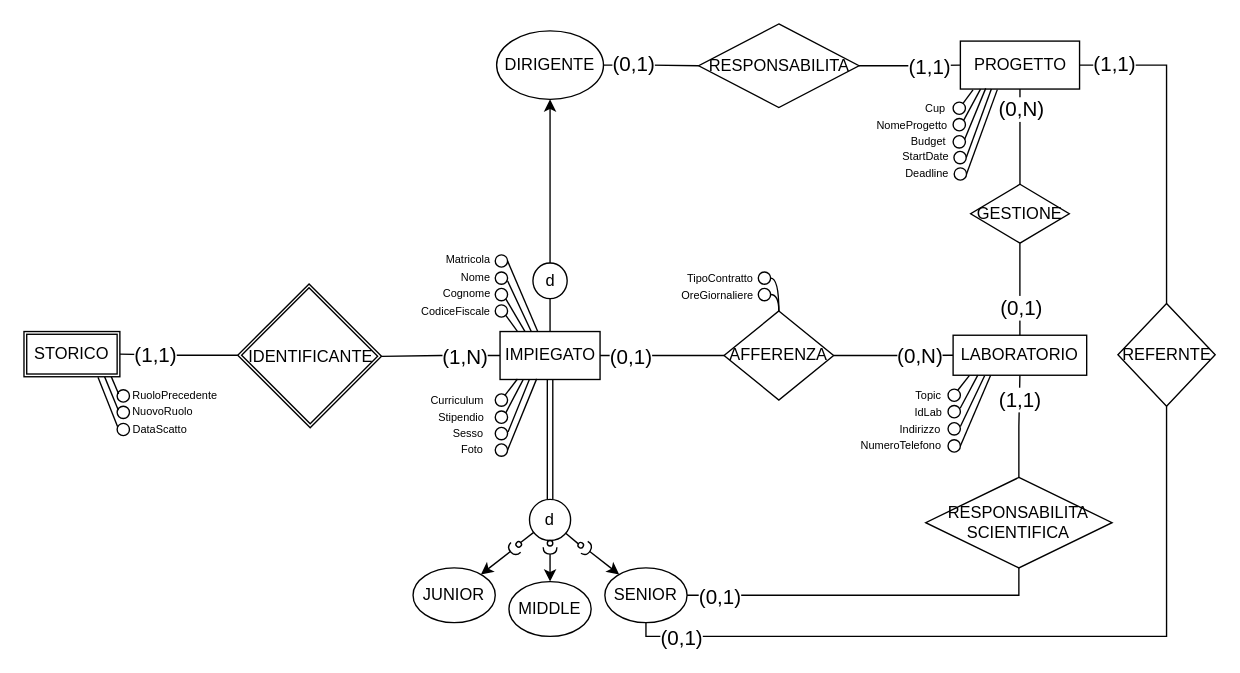
Earlier version of the draw.io diagram DIAGRAMMI E MAPPING/Concettuale/CONCETTUALE E:R .drawio (terrecruis/Progetto-Azienda). Source tidied: cells renumbered, new cells numbered last; positions are measured from the earlier drawing's top-left corner, leaving out a move shared by most shapes. Both pictures are drawn from the tidied source at 137%, with x=0, y=0 at pixel (23, 23).
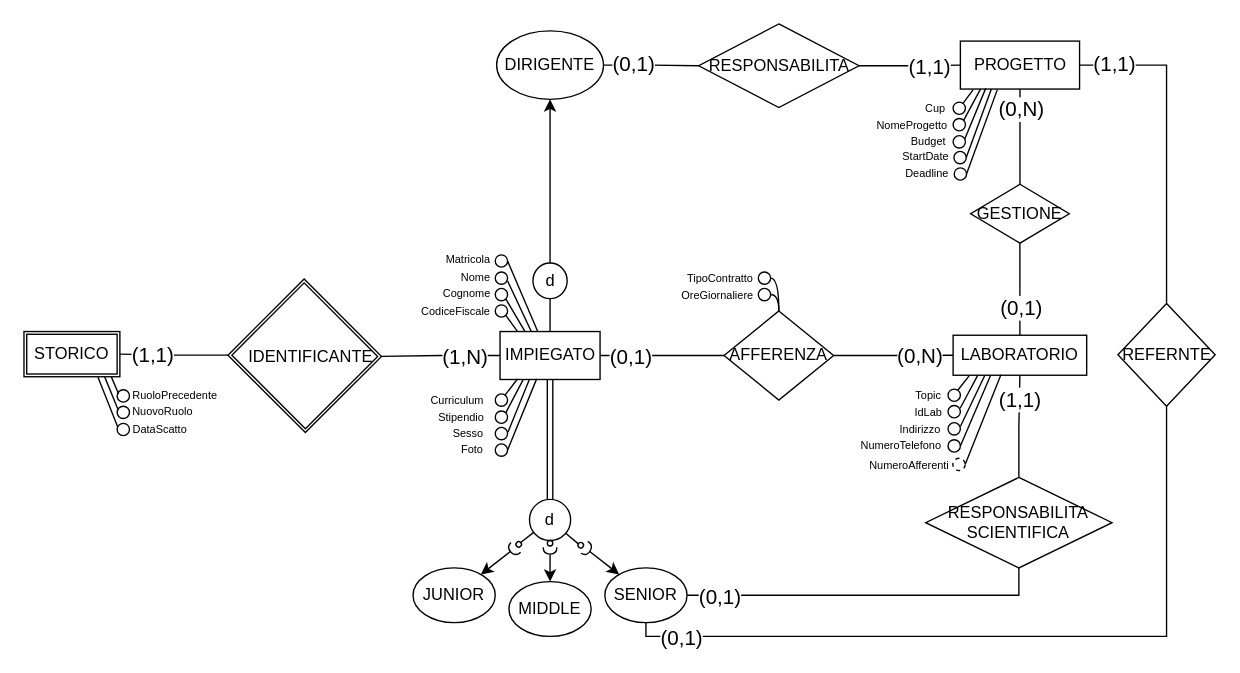
The same page after the edit.

Diff of the diagram source:
```diff
@@
     <mxCell id="100" style="shape=ext;double=1;rounded=0;whiteSpace=wrap;html=1;rotation=45;" parent="1" vertex="1">
-      <mxGeometry x="171.1" y="205.4" width="74.8" height="73.6" as="geometry" />
+      <mxGeometry x="165" y="202.9" width="79.9" height="78.6" as="geometry" />
     </mxCell>
@@
+    <mxCell id="122" style="endArrow=none;html=1;rounded=0;entryX=0.281;entryY=1.001;entryDx=0;entryDy=0;entryPerimeter=0;exitX=1;exitY=0.5;exitDx=0;exitDy=0;" parent="1" edge="1" source="123">
+      <mxGeometry relative="1" as="geometry">
+        <mxPoint x="713.1" y="256" as="targetPoint" />
+      </mxGeometry>
+    </mxCell>
+    <mxCell id="123" style="ellipse;whiteSpace=wrap;html=1;dashed=1;" parent="1" vertex="1">
+      <mxGeometry x="678" y="317" width="9" height="9" as="geometry" />
+    </mxCell>
+    <mxCell id="124" value="&lt;span style=&quot;font-size: 8px;&quot;&gt;NumeroAfferenti&lt;/span&gt;" style="text;html=1;align=center;verticalAlign=middle;strokeColor=none;fillColor=none;" parent="1" vertex="1">
+      <mxGeometry x="608" y="308" width="76" height="26" as="geometry" />
+    </mxCell>
```
